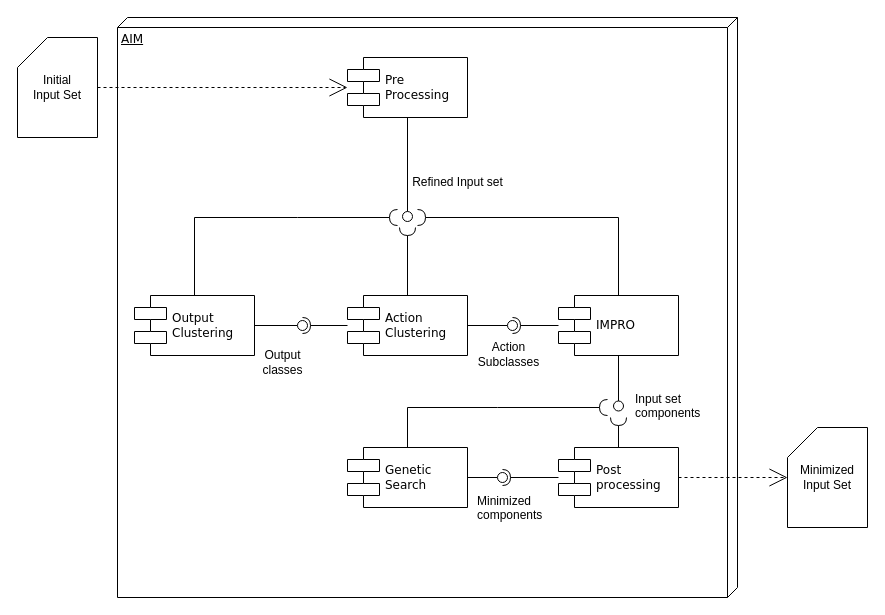
The draw.io diagram test_set_minimization.drawio in MetamorphicSecurityTesting/Diagrams, before the edit. Source tidied: cells renumbered, new cells numbered last; positions are measured from the earlier drawing's top-left corner, leaving out a move shared by most shapes. Both pictures are drawn from the tidied source at 100%, with x=0, y=0 at pixel (17, 17).
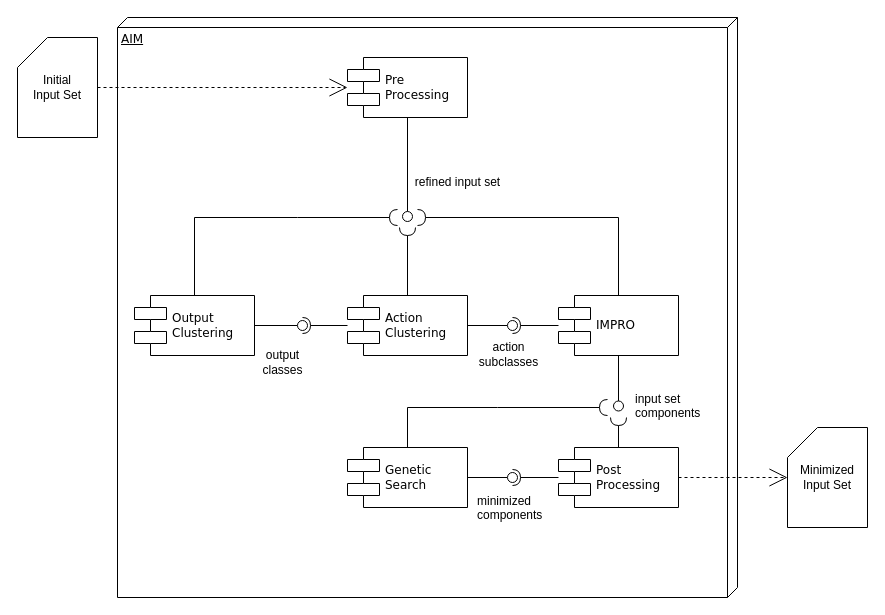
The same diagram, later.

Commit message:
small fixes during meeting

The edit, as a diff of the source:
```diff
@@
-    <mxCell id="11" value="&lt;div&gt;Input set components&lt;/div&gt;" style="text;whiteSpace=wrap;html=1;" parent="1" vertex="1">
+    <mxCell id="11" value="&lt;div&gt;input set components&lt;/div&gt;" style="text;whiteSpace=wrap;html=1;" parent="1" vertex="1">
       <mxGeometry x="616" y="368" width="90" height="50" as="geometry" />
     </mxCell>
@@
-    <mxCell id="22" value="Refined Input set" style="text;html=1;align=center;verticalAlign=middle;strokeColor=none;fillColor=none;" parent="1" vertex="1">
+    <mxCell id="22" value="refined input set" style="text;html=1;align=center;verticalAlign=middle;strokeColor=none;fillColor=none;" parent="1" vertex="1">
       <mxGeometry x="385" y="150" width="110" height="30" as="geometry" />
     </mxCell>
@@
-    <mxCell id="28" value="Output &lt;br&gt;classes" style="text;html=1;align=center;verticalAlign=middle;strokeColor=none;fillColor=none;" parent="1" vertex="1">
+    <mxCell id="28" value="output &lt;br&gt;classes" style="text;html=1;align=center;verticalAlign=middle;strokeColor=none;fillColor=none;" parent="1" vertex="1">
       <mxGeometry x="235" y="325" width="60" height="40" as="geometry" />
     </mxCell>
-    <mxCell id="29" value="Action&lt;br&gt;Subclasses" style="text;html=1;align=center;verticalAlign=middle;strokeColor=none;fillColor=none;" parent="1" vertex="1">
+    <mxCell id="29" value="action&lt;br&gt;subclasses" style="text;html=1;align=center;verticalAlign=middle;strokeColor=none;fillColor=none;" parent="1" vertex="1">
       <mxGeometry x="451" y="317" width="80" height="40" as="geometry" />
     </mxCell>
-    <mxCell id="30" value="&lt;div&gt;Post&lt;br&gt;processing&lt;/div&gt;" style="shape=component;align=left;spacingLeft=36;rounded=0;shadow=0;comic=0;labelBackgroundColor=none;strokeWidth=1;fontFamily=Verdana;fontSize=12;html=1;" parent="1" vertex="1">
+    <mxCell id="30" value="&lt;div&gt;Post&lt;br&gt;Processing&lt;/div&gt;" style="shape=component;align=left;spacingLeft=36;rounded=0;shadow=0;comic=0;labelBackgroundColor=none;strokeWidth=1;fontFamily=Verdana;fontSize=12;html=1;" parent="1" vertex="1">
       <mxGeometry x="541" y="430" width="120" height="60" as="geometry" />
     </mxCell>
@@
     <mxCell id="34" style="ellipse;whiteSpace=wrap;html=1;align=center;points=[];outlineConnect=0;sketch=0;" parent="1" vertex="1">
-      <mxGeometry x="480" y="455" width="10" height="10" as="geometry" />
+      <mxGeometry x="490" y="455" width="10" height="10" as="geometry" />
     </mxCell>
-    <mxCell id="35" value="&lt;div&gt;Minimized components&lt;/div&gt;" style="text;whiteSpace=wrap;html=1;" parent="1" vertex="1">
+    <mxCell id="35" value="&lt;div&gt;minimized components&lt;/div&gt;" style="text;whiteSpace=wrap;html=1;" parent="1" vertex="1">
       <mxGeometry x="458" y="470" width="90" height="50" as="geometry" />
     </mxCell>
```
